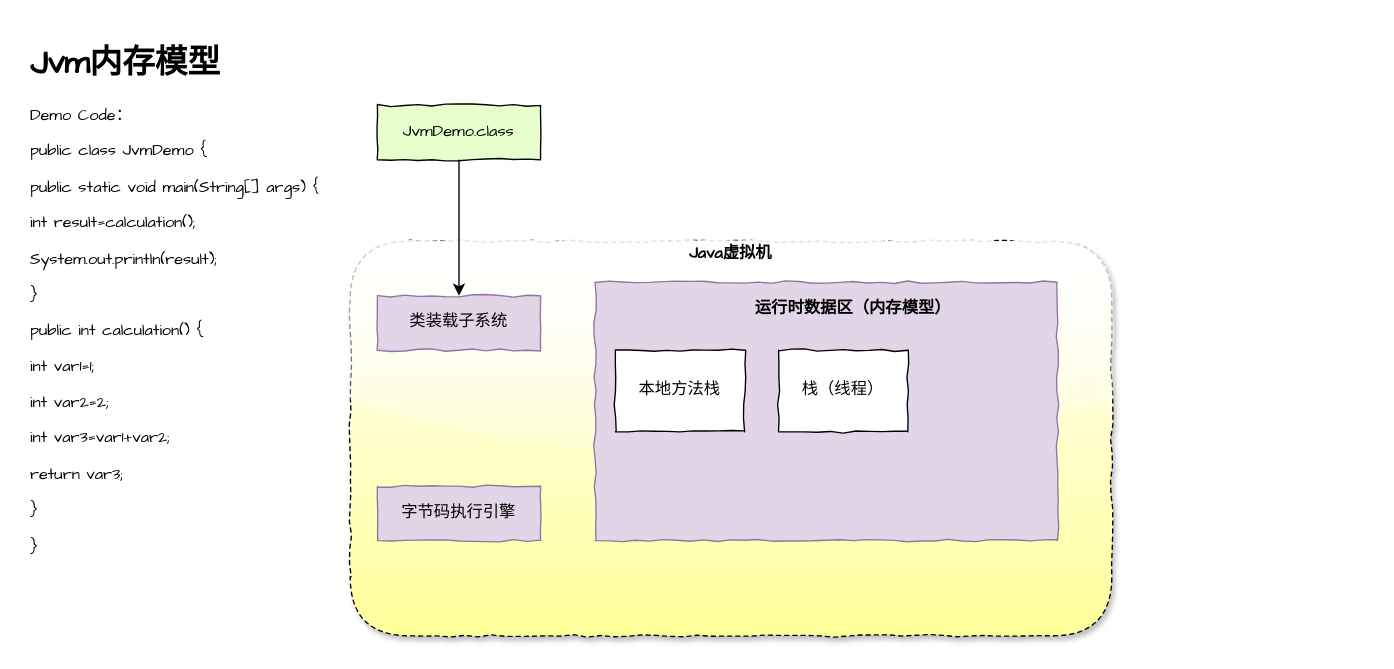
Before: draw.io/Java学习笔记-JVM.drawio in risfeng/resources, a draw.io diagram. Source tidied: cells renumbered, new cells numbered last; positions are measured from the earlier drawing's top-left corner, leaving out a move shared by most shapes. Both pictures are drawn from the tidied source at 136%, with x=0, y=0 at pixel (23, 37).
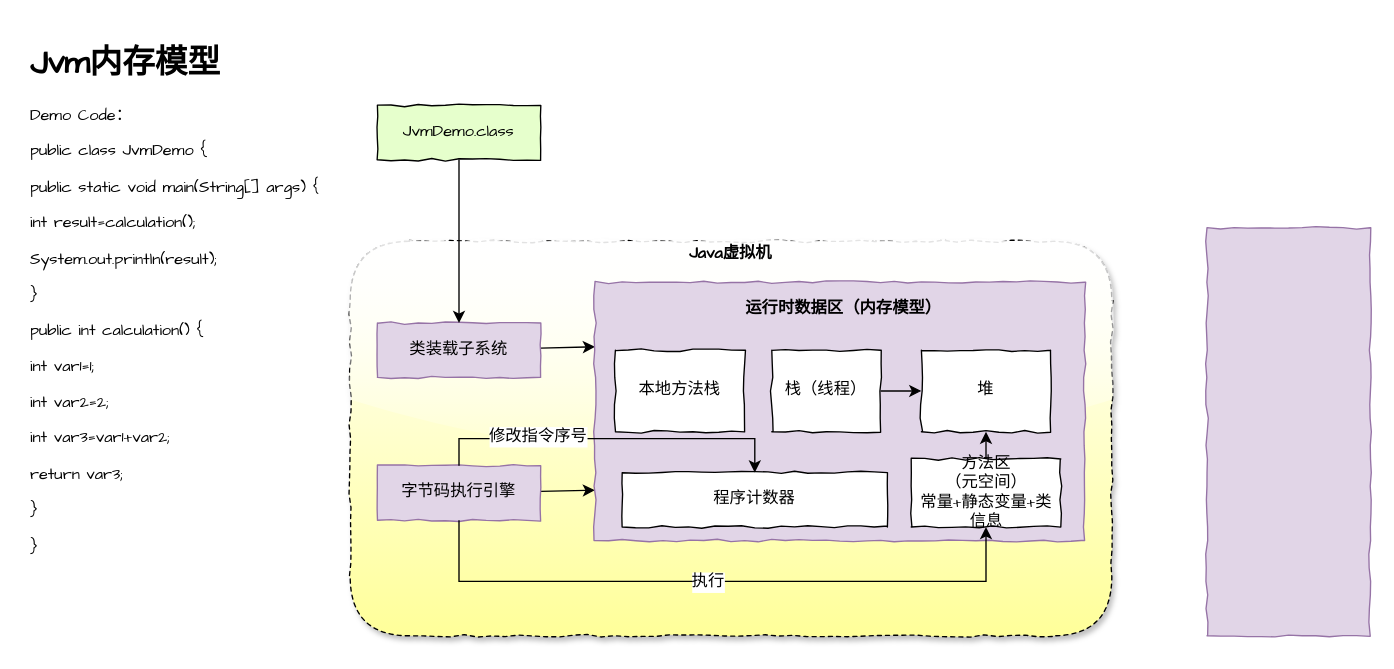
After the change.

Commit message (it also covers changes not shown here):
更新Java学习笔记-JVM.drawio

The change refers to these unchanged cells:
```xml
<mxCell id="3" style="group;" parent="1" vertex="1">
  <mxGeometry x="240" y="150" width="560" height="290" as="geometry" />
</mxCell>
```

Diff of the diagram source:
```diff
@@
+    <mxCell id="14" style="rounded=0;jettySize=auto;html=1;fontFamily=Comic Sans MS;entryX=0;entryY=0.25;entryDx=0;entryDy=0;" parent="3" edge="1" source="6" target="8">
+      <mxGeometry relative="1" as="geometry" />
+    </mxCell>
     <mxCell id="6" value="类装载子系统" style="rounded=0;whiteSpace=wrap;html=1;comic=1;fontFamily=Comic Sans MS;fillColor=#e1d5e7;strokeColor=#9673a6;" parent="3" vertex="1">
-      <mxGeometry x="20" y="40" width="120" height="40" as="geometry" />
+      <mxGeometry x="20" y="60" width="120" height="40" as="geometry" />
     </mxCell>
+    <mxCell id="15" style="edgeStyle=none;rounded=0;jettySize=auto;html=1;fontFamily=Comic Sans MS;entryX=0;entryY=0.805;entryDx=0;entryDy=0;entryPerimeter=0;" parent="3" edge="1" source="7" target="8">
+      <mxGeometry relative="1" as="geometry" />
+    </mxCell>
     <mxCell id="7" value="字节码执行引擎" style="rounded=0;whiteSpace=wrap;html=1;comic=1;fontFamily=Comic Sans MS;fillColor=#e1d5e7;strokeColor=#9673a6;" parent="3" vertex="1">
-      <mxGeometry x="20" y="180" width="120" height="40" as="geometry" />
+      <mxGeometry x="20" y="165" width="120" height="40" as="geometry" />
     </mxCell>
     <mxCell id="8" style="rounded=0;whiteSpace=wrap;html=1;comic=1;fontFamily=Comic Sans MS;fillColor=#e1d5e7;strokeColor=#9673a6;" parent="3" vertex="1">
-      <mxGeometry x="180" y="30" width="340" height="190" as="geometry" />
+      <mxGeometry x="180" y="30" width="360" height="190" as="geometry" />
     </mxCell>
     <mxCell id="9" value="运行时数据区（内存模型）" style="text;html=1;strokeColor=none;fillColor=none;align=center;verticalAlign=middle;whiteSpace=wrap;rounded=1;comic=1;fontFamily=Comic Sans MS;fontStyle=1;glass=1;shadow=1;" parent="3" vertex="1">
-      <mxGeometry x="290" y="40" width="160" height="20" as="geometry" />
+      <mxGeometry x="282.5" y="40" width="160" height="20" as="geometry" />
     </mxCell>
@@
+    <mxCell id="16" style="edgeStyle=none;rounded=0;jettySize=auto;html=1;fontFamily=Comic Sans MS;" parent="3" edge="1" source="11" target="17">
+      <mxGeometry relative="1" as="geometry" />
+    </mxCell>
     <mxCell id="11" value="栈（线程）" style="rounded=0;whiteSpace=wrap;html=1;comic=1;fontFamily=Comic Sans MS;" parent="3" vertex="1">
-      <mxGeometry x="315" y="80" width="95" height="60" as="geometry" />
+      <mxGeometry x="310" y="80" width="80" height="60" as="geometry" />
     </mxCell>
+    <mxCell id="17" value="堆" style="rounded=0;whiteSpace=wrap;html=1;comic=1;fontFamily=Comic Sans MS;" parent="3" vertex="1">
+      <mxGeometry x="420" y="80" width="95" height="60" as="geometry" />
+    </mxCell>
+    <mxCell id="18" value="程序计数器" style="rounded=0;whiteSpace=wrap;html=1;comic=1;fontFamily=Comic Sans MS;" parent="3" vertex="1">
+      <mxGeometry x="200" y="170" width="195" height="40" as="geometry" />
+    </mxCell>
+    <mxCell id="19" style="edgeStyle=none;rounded=0;jettySize=auto;html=1;fontFamily=Comic Sans MS;" parent="3" edge="1" source="20" target="17">
+      <mxGeometry relative="1" as="geometry" />
+    </mxCell>
+    <mxCell id="20" value="方法区&lt;br&gt;（元空间）&lt;br&gt;常量+静态变量+类信息" style="rounded=0;whiteSpace=wrap;html=1;comic=1;fontFamily=Comic Sans MS;" parent="3" vertex="1">
+      <mxGeometry x="412.5" y="160" width="110" height="50" as="geometry" />
+    </mxCell>
+    <mxCell id="21" style="edgeStyle=orthogonalEdgeStyle;rounded=0;jettySize=auto;html=1;entryX=0.5;entryY=0;entryDx=0;entryDy=0;fontFamily=Comic Sans MS;exitX=0.5;exitY=0;exitDx=0;exitDy=0;" parent="3" edge="1" source="7" target="18">
+      <mxGeometry relative="1" as="geometry" />
+    </mxCell>
+    <mxCell id="22" value="修改指令序号" style="text;html=1;align=center;verticalAlign=middle;labelBackgroundColor=#ffffff;fontFamily=Comic Sans MS;" parent="21" vertex="1">
+      <mxGeometry x="-0.41" y="2" relative="1" as="geometry" />
+    </mxCell>
+    <mxCell id="23" style="edgeStyle=orthogonalEdgeStyle;rounded=0;jettySize=auto;html=1;entryX=0.5;entryY=1;entryDx=0;entryDy=0;fontFamily=Comic Sans MS;exitX=0.5;exitY=1;exitDx=0;exitDy=0;" parent="3" edge="1" source="7" target="20">
+      <mxGeometry relative="1" as="geometry">
+        <Array as="points">
+          <mxPoint x="80" y="250" />
+          <mxPoint x="468" y="250" />
+        </Array>
+      </mxGeometry>
+    </mxCell>
+    <mxCell id="24" value="执行" style="text;html=1;align=center;verticalAlign=middle;labelBackgroundColor=#ffffff;fontFamily=Comic Sans MS;" parent="23" vertex="1">
+      <mxGeometry x="-0.04" relative="1" as="geometry" />
+    </mxCell>
@@
+    <mxCell id="25" style="rounded=0;whiteSpace=wrap;html=1;comic=1;fontFamily=Comic Sans MS;fillColor=#e1d5e7;strokeColor=#9673a6;" parent="1" vertex="1">
+      <mxGeometry x="870" y="140" width="120" height="300" as="geometry" />
+    </mxCell>
```
